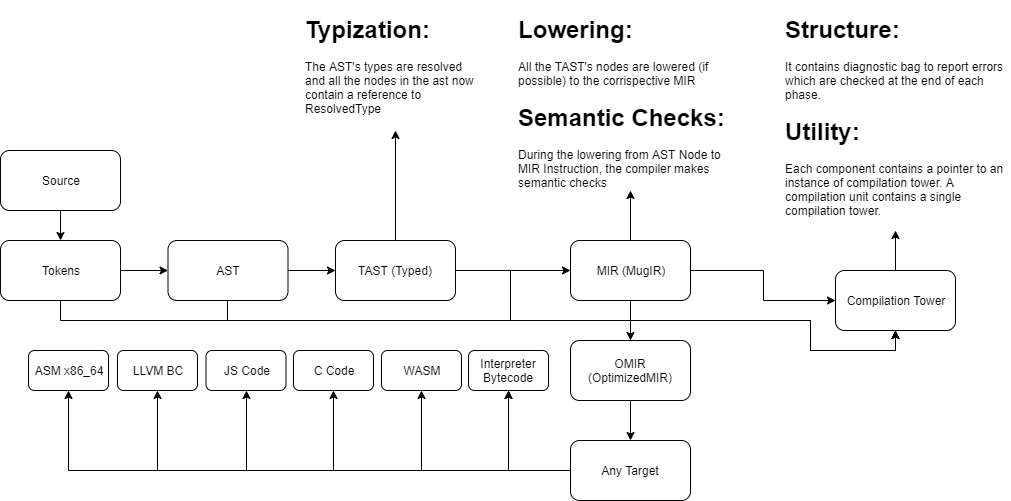
This is other/New Compiler's Structure.png from Carpall/TheMugProgrammingLanguage, a draw.io export, as it was before one commit. Source tidied: cells renumbered, new cells last; positions are measured from the earlier drawing's top-left corner, leaving out a move shared by most shapes. Source of this version:
```xml
<mxGraphModel>
  <root>
    <mxCell id="0" />
    <mxCell id="1" parent="0" />
    <mxCell id="2" style="edgeStyle=orthogonalEdgeStyle;rounded=0;jettySize=auto;html=1;" parent="1" edge="1" source="3" target="6">
      <mxGeometry relative="1" as="geometry" />
    </mxCell>
    <mxCell id="3" value="Source" style="rounded=1;whiteSpace=wrap;html=1;" parent="1" vertex="1">
      <mxGeometry y="140" width="120" height="60" as="geometry" />
    </mxCell>
    <mxCell id="4" style="edgeStyle=orthogonalEdgeStyle;rounded=0;jettySize=auto;html=1;" parent="1" edge="1" source="6" target="9">
      <mxGeometry relative="1" as="geometry" />
    </mxCell>
    <mxCell id="5" style="edgeStyle=orthogonalEdgeStyle;rounded=0;jettySize=auto;html=1;entryX=0.5;entryY=1;entryDx=0;entryDy=0;" parent="1" edge="1" source="6" target="37">
      <mxGeometry relative="1" as="geometry">
        <Array as="points">
          <mxPoint x="60" y="310" />
          <mxPoint x="810" y="310" />
          <mxPoint x="810" y="340" />
          <mxPoint x="895" y="340" />
        </Array>
      </mxGeometry>
    </mxCell>
    <mxCell id="6" value="Tokens" style="rounded=1;whiteSpace=wrap;html=1;" parent="1" vertex="1">
      <mxGeometry y="230" width="120" height="60" as="geometry" />
    </mxCell>
    <mxCell id="7" style="edgeStyle=orthogonalEdgeStyle;rounded=0;jettySize=auto;html=1;" parent="1" edge="1" source="9" target="13">
      <mxGeometry relative="1" as="geometry" />
    </mxCell>
    <mxCell id="8" style="edgeStyle=orthogonalEdgeStyle;rounded=0;jettySize=auto;html=1;entryX=0.5;entryY=1;entryDx=0;entryDy=0;" parent="1" edge="1" source="9" target="37">
      <mxGeometry relative="1" as="geometry">
        <Array as="points">
          <mxPoint x="227" y="310" />
          <mxPoint x="810" y="310" />
          <mxPoint x="810" y="340" />
          <mxPoint x="895" y="340" />
        </Array>
      </mxGeometry>
    </mxCell>
    <mxCell id="9" value="AST" style="rounded=1;whiteSpace=wrap;html=1;" parent="1" vertex="1">
      <mxGeometry x="167.5" y="230" width="120" height="60" as="geometry" />
    </mxCell>
    <mxCell id="10" style="edgeStyle=orthogonalEdgeStyle;rounded=0;jettySize=auto;html=1;" parent="1" edge="1" source="13" target="17">
      <mxGeometry relative="1" as="geometry" />
    </mxCell>
    <mxCell id="11" style="edgeStyle=orthogonalEdgeStyle;rounded=0;jettySize=auto;html=1;" parent="1" edge="1" source="13" target="32">
      <mxGeometry relative="1" as="geometry" />
    </mxCell>
    <mxCell id="12" style="edgeStyle=orthogonalEdgeStyle;rounded=0;jettySize=auto;html=1;entryX=0.5;entryY=1;entryDx=0;entryDy=0;" parent="1" edge="1" source="13" target="37">
      <mxGeometry relative="1" as="geometry">
        <Array as="points">
          <mxPoint x="510" y="260" />
          <mxPoint x="510" y="310" />
          <mxPoint x="810" y="310" />
          <mxPoint x="810" y="340" />
          <mxPoint x="895" y="340" />
        </Array>
      </mxGeometry>
    </mxCell>
    <mxCell id="13" value="TAST (Typed)" style="rounded=1;whiteSpace=wrap;html=1;" parent="1" vertex="1">
      <mxGeometry x="335" y="230" width="120" height="60" as="geometry" />
    </mxCell>
    <mxCell id="14" style="edgeStyle=orthogonalEdgeStyle;rounded=0;jettySize=auto;html=1;" parent="1" edge="1" source="17" target="33">
      <mxGeometry relative="1" as="geometry" />
    </mxCell>
    <mxCell id="15" style="edgeStyle=orthogonalEdgeStyle;rounded=0;jettySize=auto;html=1;" parent="1" edge="1" source="17" target="19">
      <mxGeometry relative="1" as="geometry" />
    </mxCell>
    <mxCell id="16" style="edgeStyle=orthogonalEdgeStyle;rounded=0;jettySize=auto;html=1;" parent="1" edge="1" source="17" target="37">
      <mxGeometry relative="1" as="geometry" />
    </mxCell>
    <mxCell id="17" value="MIR (MugIR)" style="rounded=1;whiteSpace=wrap;html=1;" parent="1" vertex="1">
      <mxGeometry x="570" y="230" width="120" height="60" as="geometry" />
    </mxCell>
    <mxCell id="18" style="edgeStyle=orthogonalEdgeStyle;rounded=0;jettySize=auto;html=1;" parent="1" edge="1" source="19" target="26">
      <mxGeometry relative="1" as="geometry" />
    </mxCell>
    <mxCell id="19" value="OMIR (OptimizedMIR)" style="rounded=1;whiteSpace=wrap;html=1;" parent="1" vertex="1">
      <mxGeometry x="570" y="330" width="120" height="60" as="geometry" />
    </mxCell>
    <mxCell id="20" style="edgeStyle=orthogonalEdgeStyle;rounded=0;jettySize=auto;html=1;" parent="1" edge="1" source="26" target="31">
      <mxGeometry relative="1" as="geometry" />
    </mxCell>
    <mxCell id="21" style="edgeStyle=orthogonalEdgeStyle;rounded=0;jettySize=auto;html=1;" parent="1" edge="1" source="26" target="30">
      <mxGeometry relative="1" as="geometry" />
    </mxCell>
    <mxCell id="22" style="edgeStyle=orthogonalEdgeStyle;rounded=0;jettySize=auto;html=1;" parent="1" edge="1" source="26" target="29">
      <mxGeometry relative="1" as="geometry" />
    </mxCell>
    <mxCell id="23" style="edgeStyle=orthogonalEdgeStyle;rounded=0;jettySize=auto;html=1;" parent="1" edge="1" source="26" target="27">
      <mxGeometry relative="1" as="geometry" />
    </mxCell>
    <mxCell id="24" style="edgeStyle=orthogonalEdgeStyle;rounded=0;jettySize=auto;html=1;" parent="1" edge="1" source="26" target="34">
      <mxGeometry relative="1" as="geometry" />
    </mxCell>
    <mxCell id="25" style="edgeStyle=orthogonalEdgeStyle;rounded=0;jettySize=auto;html=1;entryX=0.5;entryY=1;entryDx=0;entryDy=0;" parent="1" edge="1" source="26" target="28">
      <mxGeometry relative="1" as="geometry">
        <Array as="points">
          <mxPoint x="246" y="460" />
        </Array>
      </mxGeometry>
    </mxCell>
    <mxCell id="26" value="Any Target" style="rounded=1;whiteSpace=wrap;html=1;" parent="1" vertex="1">
      <mxGeometry x="570" y="430" width="120" height="60" as="geometry" />
    </mxCell>
    <mxCell id="27" value="WASM" style="rounded=1;whiteSpace=wrap;html=1;" parent="1" vertex="1">
      <mxGeometry x="381" y="340" width="80" height="40" as="geometry" />
    </mxCell>
    <mxCell id="28" value="JS Code" style="rounded=1;whiteSpace=wrap;html=1;" parent="1" vertex="1">
      <mxGeometry x="205.5" y="340" width="80" height="40" as="geometry" />
    </mxCell>
    <mxCell id="29" value="C Code" style="rounded=1;whiteSpace=wrap;html=1;" parent="1" vertex="1">
      <mxGeometry x="293" y="340" width="80" height="40" as="geometry" />
    </mxCell>
    <mxCell id="30" value="ASM x86_64" style="rounded=1;whiteSpace=wrap;html=1;" parent="1" vertex="1">
      <mxGeometry x="28" y="340" width="80" height="40" as="geometry" />
    </mxCell>
    <mxCell id="31" value="LLVM BC" style="rounded=1;whiteSpace=wrap;html=1;" parent="1" vertex="1">
      <mxGeometry x="117" y="340" width="80" height="40" as="geometry" />
    </mxCell>
    <mxCell id="32" value="&lt;h1&gt;Typization:&lt;/h1&gt;&lt;div&gt;The AST's types are resolved and all the nodes in the ast now contain a reference to ResolvedType&lt;/div&gt;" style="text;html=1;strokeColor=none;fillColor=none;spacing=5;spacingTop=-20;whiteSpace=wrap;overflow=hidden;rounded=0;" parent="1" vertex="1">
      <mxGeometry x="300" width="190" height="120" as="geometry" />
    </mxCell>
    <mxCell id="33" value="&lt;h1&gt;Lowering:&lt;/h1&gt;&lt;div&gt;All the TAST's nodes are lowered (if possible) to the corrispective MIR&lt;/div&gt;&lt;div&gt;&lt;h1&gt;Semantic Checks:&lt;/h1&gt;&lt;/div&gt;&lt;div&gt;During the lowering from AST Node to MIR Instruction, the compiler makes semantic checks&lt;/div&gt;" style="text;html=1;strokeColor=none;fillColor=none;spacing=5;spacingTop=-20;whiteSpace=wrap;overflow=hidden;rounded=0;" parent="1" vertex="1">
      <mxGeometry x="512.5" width="235" height="180" as="geometry" />
    </mxCell>
    <mxCell id="34" value="Interpreter Bytecode" style="rounded=1;whiteSpace=wrap;html=1;" parent="1" vertex="1">
      <mxGeometry x="468" y="340" width="80" height="40" as="geometry" />
    </mxCell>
    <mxCell id="35" style="edgeStyle=orthogonalEdgeStyle;rounded=0;jettySize=auto;html=1;" parent="1" edge="1" source="26" target="34">
      <mxGeometry relative="1" as="geometry" />
    </mxCell>
    <mxCell id="36" style="edgeStyle=orthogonalEdgeStyle;rounded=0;jettySize=auto;html=1;" parent="1" edge="1" source="37" target="38">
      <mxGeometry relative="1" as="geometry" />
    </mxCell>
    <mxCell id="37" value="Compilation Tower" style="rounded=1;whiteSpace=wrap;html=1;" parent="1" vertex="1">
      <mxGeometry x="835" y="260" width="120" height="60" as="geometry" />
    </mxCell>
    <mxCell id="38" value="&lt;h1&gt;Structure:&lt;/h1&gt;&lt;div&gt;It contains diagnostic bag to report errors which are checked at the end of each phase.&lt;/div&gt;&lt;div&gt;&lt;h1&gt;Utility:&lt;/h1&gt;&lt;/div&gt;&lt;div&gt;Each component contains a pointer to an instance of compilation tower. A compilation unit contains a single compilation tower.&lt;/div&gt;" style="text;html=1;strokeColor=none;fillColor=none;spacing=5;spacingTop=-20;whiteSpace=wrap;overflow=hidden;rounded=0;" parent="1" vertex="1">
      <mxGeometry x="780" width="230" height="220" as="geometry" />
    </mxCell>
  </root>
</mxGraphModel>
```
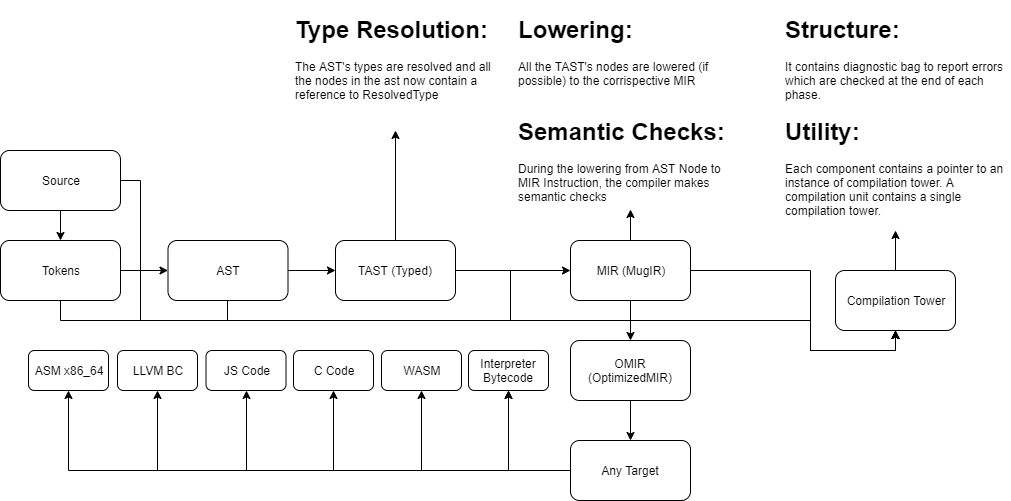
The same file after the commit.

What changed in the source:
```diff
@@ -5,6 +5,17 @@
     <mxCell id="2" style="edgeStyle=orthogonalEdgeStyle;rounded=0;jettySize=auto;html=1;" parent="1" edge="1" source="3" target="6">
       <mxGeometry relative="1" as="geometry" />
     </mxCell>
+    <mxCell id="39" style="edgeStyle=orthogonalEdgeStyle;rounded=0;jettySize=auto;html=1;entryX=0.5;entryY=1;entryDx=0;entryDy=0;" parent="1" edge="1" source="3" target="37">
+      <mxGeometry relative="1" as="geometry">
+        <Array as="points">
+          <mxPoint x="140" y="170" />
+          <mxPoint x="140" y="310" />
+          <mxPoint x="810" y="310" />
+          <mxPoint x="810" y="340" />
+          <mxPoint x="895" y="340" />
+        </Array>
+      </mxGeometry>
+    </mxCell>
     <mxCell id="3" value="Source" style="rounded=1;whiteSpace=wrap;html=1;" parent="1" vertex="1">
       <mxGeometry y="140" width="120" height="60" as="geometry" />
     </mxCell>
@@ -60,14 +71,22 @@
     <mxCell id="13" value="TAST (Typed)" style="rounded=1;whiteSpace=wrap;html=1;" parent="1" vertex="1">
       <mxGeometry x="335" y="230" width="120" height="60" as="geometry" />
     </mxCell>
-    <mxCell id="14" style="edgeStyle=orthogonalEdgeStyle;rounded=0;jettySize=auto;html=1;" parent="1" edge="1" source="17" target="33">
-      <mxGeometry relative="1" as="geometry" />
+    <mxCell id="14" style="edgeStyle=orthogonalEdgeStyle;rounded=0;jettySize=auto;html=1;" parent="1" edge="1" source="17">
+      <mxGeometry relative="1" as="geometry">
+        <mxPoint x="630" y="199" as="targetPoint" />
+      </mxGeometry>
     </mxCell>
     <mxCell id="15" style="edgeStyle=orthogonalEdgeStyle;rounded=0;jettySize=auto;html=1;" parent="1" edge="1" source="17" target="19">
       <mxGeometry relative="1" as="geometry" />
     </mxCell>
-    <mxCell id="16" style="edgeStyle=orthogonalEdgeStyle;rounded=0;jettySize=auto;html=1;" parent="1" edge="1" source="17" target="37">
-      <mxGeometry relative="1" as="geometry" />
+    <mxCell id="16" style="edgeStyle=orthogonalEdgeStyle;rounded=0;jettySize=auto;html=1;entryX=0.5;entryY=1;entryDx=0;entryDy=0;" parent="1" edge="1" source="17" target="37">
+      <mxGeometry relative="1" as="geometry">
+        <Array as="points">
+          <mxPoint x="810" y="260" />
+          <mxPoint x="810" y="340" />
+          <mxPoint x="895" y="340" />
+        </Array>
+      </mxGeometry>
     </mxCell>
     <mxCell id="17" value="MIR (MugIR)" style="rounded=1;whiteSpace=wrap;html=1;" parent="1" vertex="1">
       <mxGeometry x="570" y="230" width="120" height="60" as="geometry" />
@@ -118,11 +137,11 @@
     <mxCell id="31" value="LLVM BC" style="rounded=1;whiteSpace=wrap;html=1;" parent="1" vertex="1">
       <mxGeometry x="117" y="340" width="80" height="40" as="geometry" />
     </mxCell>
-    <mxCell id="32" value="&lt;h1&gt;Typization:&lt;/h1&gt;&lt;div&gt;The AST's types are resolved and all the nodes in the ast now contain a reference to ResolvedType&lt;/div&gt;" style="text;html=1;strokeColor=none;fillColor=none;spacing=5;spacingTop=-20;whiteSpace=wrap;overflow=hidden;rounded=0;" parent="1" vertex="1">
-      <mxGeometry x="300" width="190" height="120" as="geometry" />
+    <mxCell id="32" value="&lt;h1&gt;Type Resolution:&lt;/h1&gt;&lt;div&gt;The AST's types are resolved and all the nodes in the ast now contain a reference to ResolvedType&lt;/div&gt;" style="text;html=1;strokeColor=none;fillColor=none;spacing=5;spacingTop=-20;whiteSpace=wrap;overflow=hidden;rounded=0;" parent="1" vertex="1">
+      <mxGeometry x="290" width="210" height="120" as="geometry" />
     </mxCell>
-    <mxCell id="33" value="&lt;h1&gt;Lowering:&lt;/h1&gt;&lt;div&gt;All the TAST's nodes are lowered (if possible) to the corrispective MIR&lt;/div&gt;&lt;div&gt;&lt;h1&gt;Semantic Checks:&lt;/h1&gt;&lt;/div&gt;&lt;div&gt;During the lowering from AST Node to MIR Instruction, the compiler makes semantic checks&lt;/div&gt;" style="text;html=1;strokeColor=none;fillColor=none;spacing=5;spacingTop=-20;whiteSpace=wrap;overflow=hidden;rounded=0;" parent="1" vertex="1">
-      <mxGeometry x="512.5" width="235" height="180" as="geometry" />
+    <mxCell id="33" value="&lt;h1&gt;Lowering:&lt;/h1&gt;&lt;div&gt;All the TAST's nodes are lowered (if possible) to the corrispective MIR&lt;/div&gt;&lt;div&gt;&lt;br&gt;&lt;/div&gt;&lt;div&gt;&lt;h1&gt;Semantic Checks:&lt;/h1&gt;&lt;/div&gt;&lt;div&gt;During the lowering from AST Node to MIR Instruction, the compiler makes semantic checks&lt;/div&gt;" style="text;html=1;strokeColor=none;fillColor=none;spacing=5;spacingTop=-20;whiteSpace=wrap;overflow=hidden;rounded=0;" parent="1" vertex="1">
+      <mxGeometry x="513" width="235" height="200" as="geometry" />
     </mxCell>
     <mxCell id="34" value="Interpreter Bytecode" style="rounded=1;whiteSpace=wrap;html=1;" parent="1" vertex="1">
       <mxGeometry x="468" y="340" width="80" height="40" as="geometry" />
```
